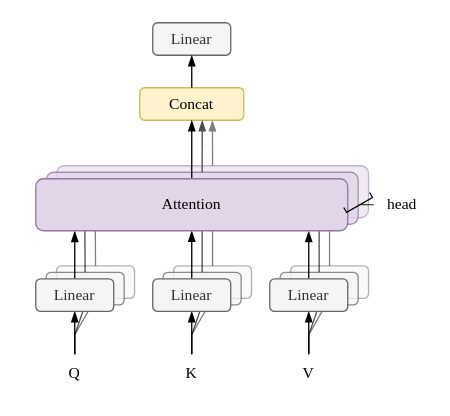
Before: machine-learning/Transformer.drawio in zhaicao/images, a draw.io diagram. Source tidied: cells renumbered, new cells numbered last; positions are measured from the earlier drawing's top-left corner, leaving out a move shared by most shapes. Both pictures are drawn from the tidied source at 130%, with x=0, y=0 at pixel (22, 22).
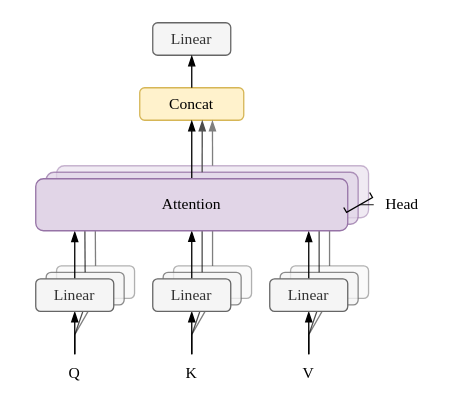
The same page after the edit.

The edit, as a diff of the source:
```diff
@@
-    <mxCell id="43" value="head" style="text;html=1;align=center;verticalAlign=middle;whiteSpace=wrap;rounded=0;fontFamily=Times New Roman;fontSize=12;" parent="1" vertex="1">
+    <mxCell id="43" value="Head" style="text;html=1;align=center;verticalAlign=middle;whiteSpace=wrap;rounded=0;fontFamily=Times New Roman;fontSize=12;" parent="1" vertex="1">
       <mxGeometry x="272" y="125" width="40" height="30" as="geometry" />
     </mxCell>
```
